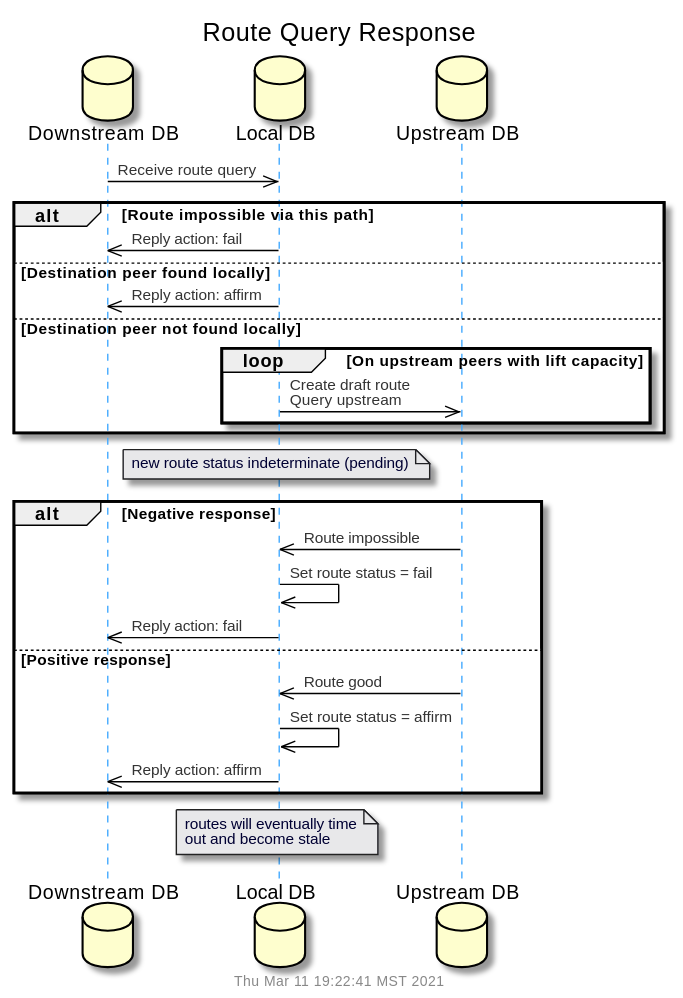
Earlier version of the PlantUML export doc/uml/seq-route.svg (gotchoices/MyCHIPs).
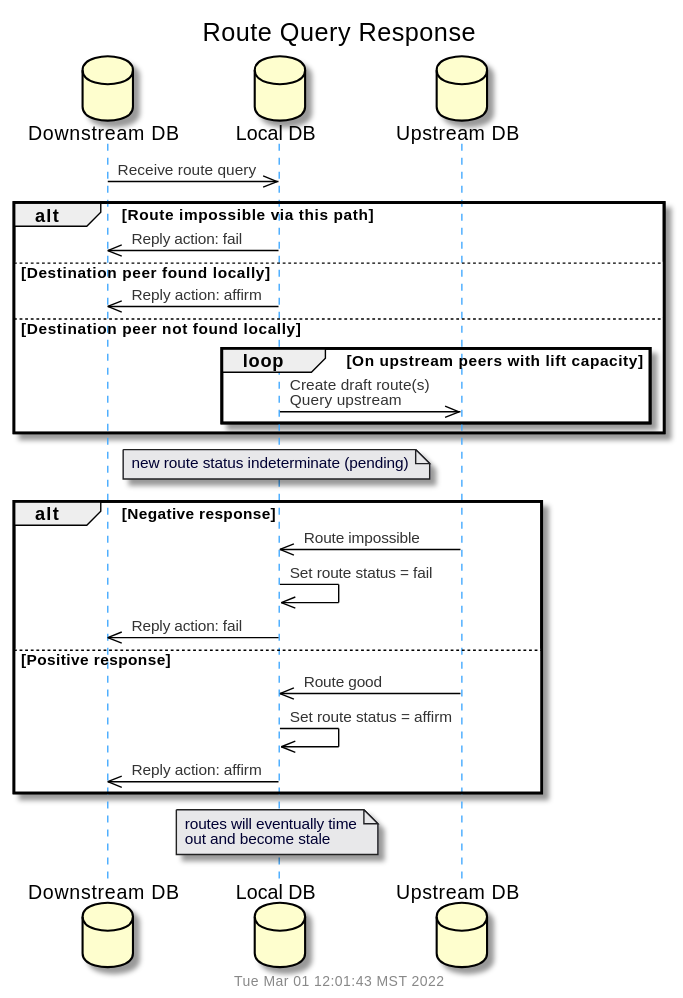
Above is the later version.

What changed in the source:
```diff
@@ -16,7 +16,7 @@
 
 else Destination peer not found locally
   loop On upstream peers with lift capacity
-    localDB	->>	upDB: Create draft route\nQuery upstream
+    localDB	->>	upDB: Create draft route(s)\nQuery upstream
   end
 end
 
```
